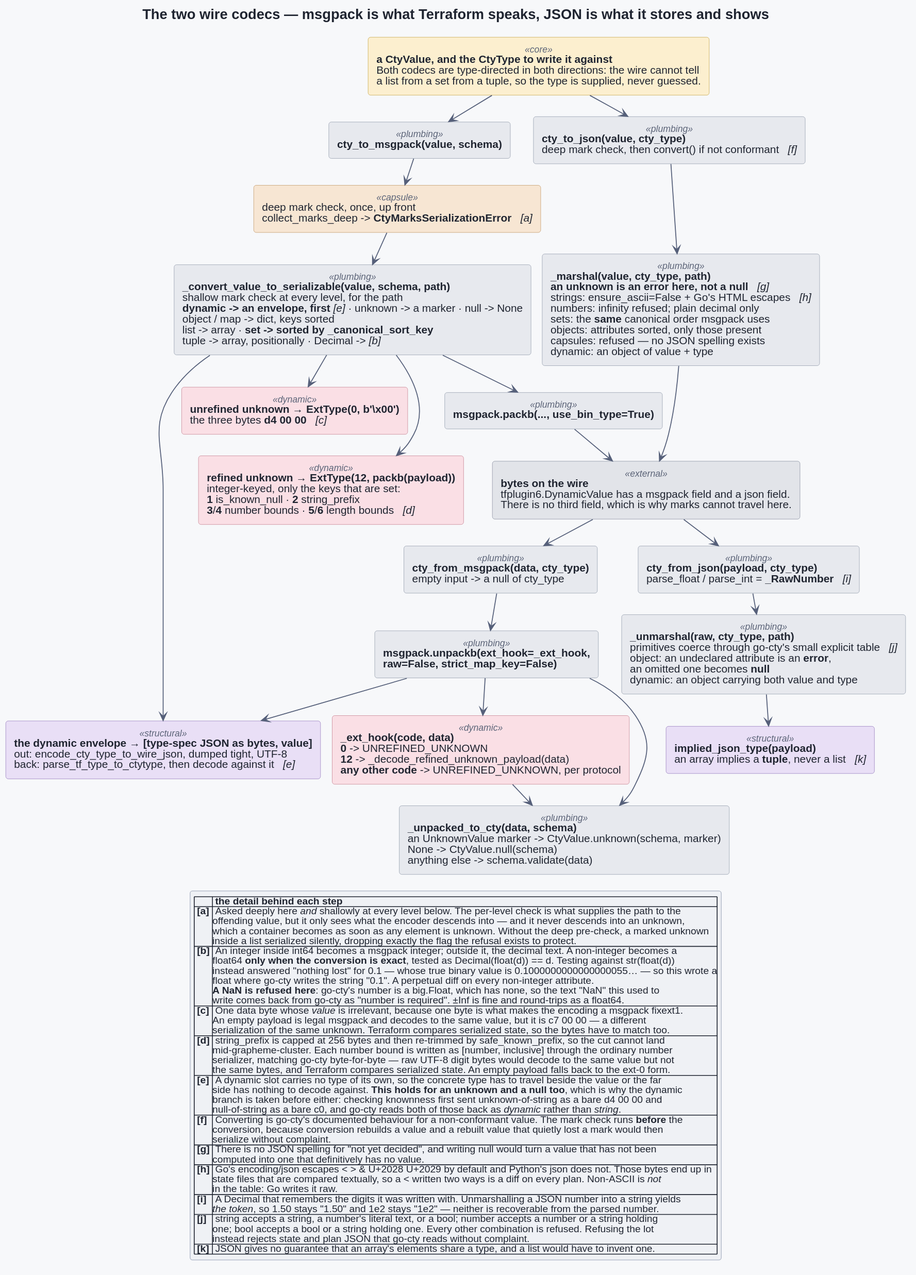
provide-io/pyvider-cty keeps this PlantUML diagram as docs/architecture/05-wire-codecs.svg. Above is the earlier version.
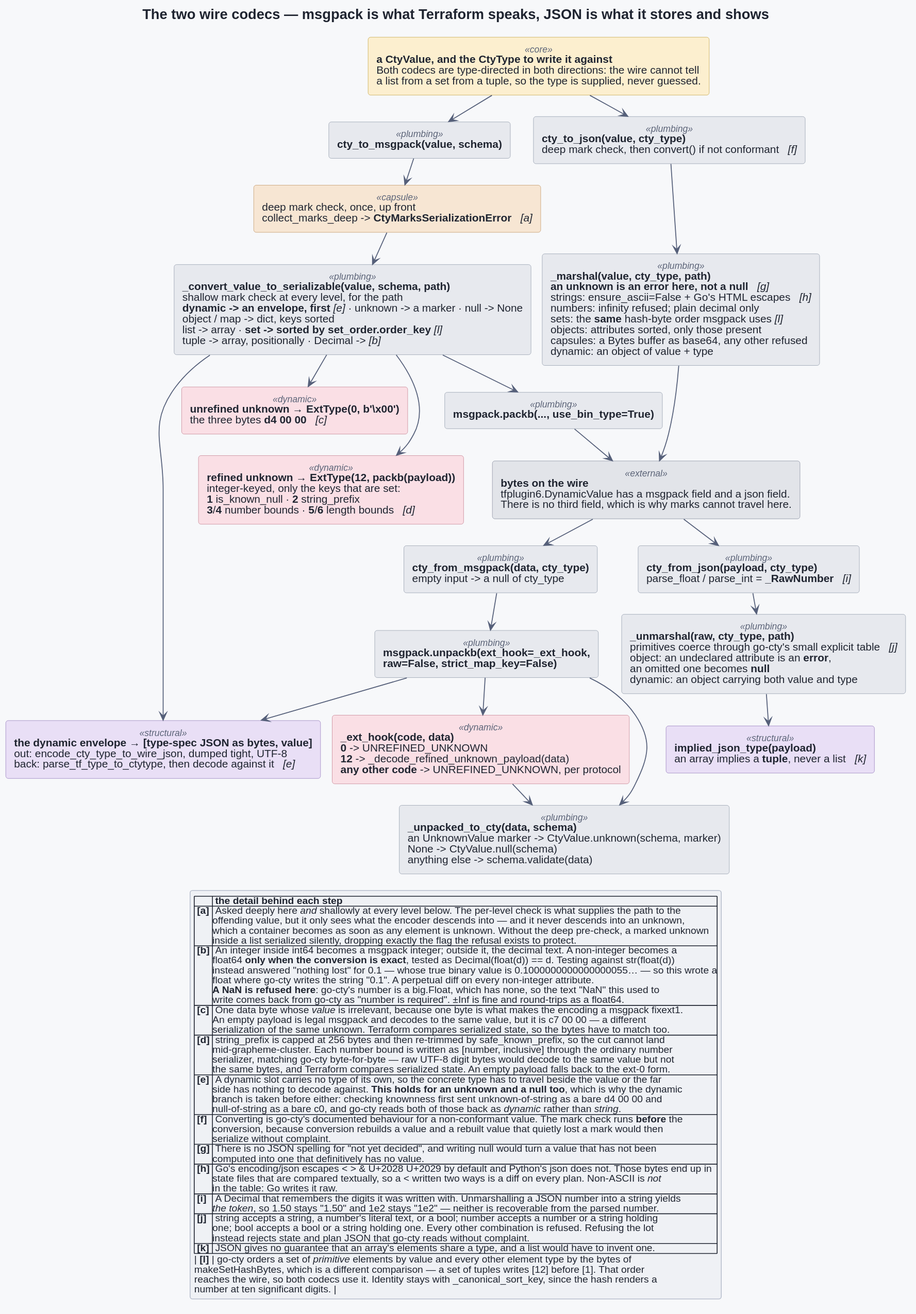
After the commit.

What changed in the source:
```diff
@@ -10,7 +10,7 @@
 
   rectangle "**cty_to_msgpack(value, schema)**" as MP_ENC <<plumbing>>
   rectangle "deep mark check, once, up front\ncollect_marks_deep -> **CtyMarksSerializationError**   //[a]//" as MP_MARKS <<capsule>>
-  rectangle "**_convert_value_to_serializable(value, schema, path)**\nshallow mark check at every level, for the path\n**dynamic -> an envelope, first** //[e]// · unknown -> a marker · null -> None\nobject / map -> dict, keys sorted\nlist -> array · **set -> sorted by _canonical_sort_key**\ntuple -> array, positionally · Decimal -> //[b]//" as MP_CONV <<plumbing>>
+  rectangle "**_convert_value_to_serializable(value, schema, path)**\nshallow mark check at every level, for the path\n**dynamic -> an envelope, first** //[e]// · unknown -> a marker · null -> None\nobject / map -> dict, keys sorted\nlist -> array · **set -> sorted by set_order.order_key** //[l]//\ntuple -> array, positionally · Decimal -> //[b]//" as MP_CONV <<plumbing>>
   rectangle "**msgpack.packb(..., use_bin_type=True)**" as MP_PACK <<plumbing>>
 
   rectangle "**cty_from_msgpack(data, cty_type)**\nempty input -> a null of cty_type" as MP_DEC <<plumbing>>
@@ -23,7 +23,7 @@
   rectangle "**_ext_hook(code, data)**\n**0** -> UNREFINED_UNKNOWN\n**12** -> _decode_refined_unknown_payload(data)\n**any other code** -> UNREFINED_UNKNOWN, per protocol" as EXTHOOK <<dynamic>>
 
   rectangle "**cty_to_json(value, cty_type)**\ndeep mark check, then convert() if not conformant   //[f]//" as JS_ENC <<plumbing>>
-  rectangle "**_marshal(value, cty_type, path)**\n**an unknown is an error here, not a null**   //[g]//\nstrings: ensure_ascii=False + Go's HTML escapes   //[h]//\nnumbers: infinity refused; plain decimal only\nsets: the **same** canonical order msgpack uses\nobjects: attributes sorted, only those present\ncapsules: refused — no JSON spelling exists\ndynamic: an object of value + type" as JS_MAR <<plumbing>>
+  rectangle "**_marshal(value, cty_type, path)**\n**an unknown is an error here, not a null**   //[g]//\nstrings: ensure_ascii=False + Go's HTML escapes   //[h]//\nnumbers: infinity refused; plain decimal only\nsets: the **same** hash-byte order msgpack uses //[l]//\nobjects: attributes sorted, only those present\ncapsules: a Bytes buffer as base64, any other refused\ndynamic: an object of value + type" as JS_MAR <<plumbing>>
 
   rectangle "**cty_from_json(payload, cty_type)**\nparse_float / parse_int = **_RawNumber**   //[i]//" as JS_DEC <<plumbing>>
   rectangle "**_unmarshal(raw, cty_type, path)**\nprimitives coerce through go-cty's small explicit table   //[j]//\nobject: an undeclared attribute is an **error**,\nan omitted one becomes **null**\ndynamic: an object carrying both value and type" as JS_UNM <<plumbing>>
@@ -66,5 +66,9 @@
   | **[i]** | A Decimal that remembers the digits it was written with. Unmarshalling a JSON number into a string yields\n//the token//, so 1.50 stays "1.50" and 1e2 stays "1e2" — neither is recoverable from the parsed number. |
   | **[j]** | string accepts a string, a number's literal text, or a bool; number accepts a number or a string holding\none; bool accepts a bool or a string holding one. Every other combination is refused. Refusing the lot\ninstead rejects state and plan JSON that go-cty reads without complaint. |
   | **[k]** | JSON gives no guarantee that an array's elements share a type, and a list would have to invent one. |
+  | **[l]** | go-cty orders a set of //primitive// elements by value and every other element type by the bytes of
+makeSetHashBytes, which is a different comparison — a set of tuples writes [12] before [1]. That order
+reaches the wire, so both codecs use it. Identity stays with _canonical_sort_key, since the hash renders a
+number at ten significant digits. |
 endlegend
 @enduml
```
